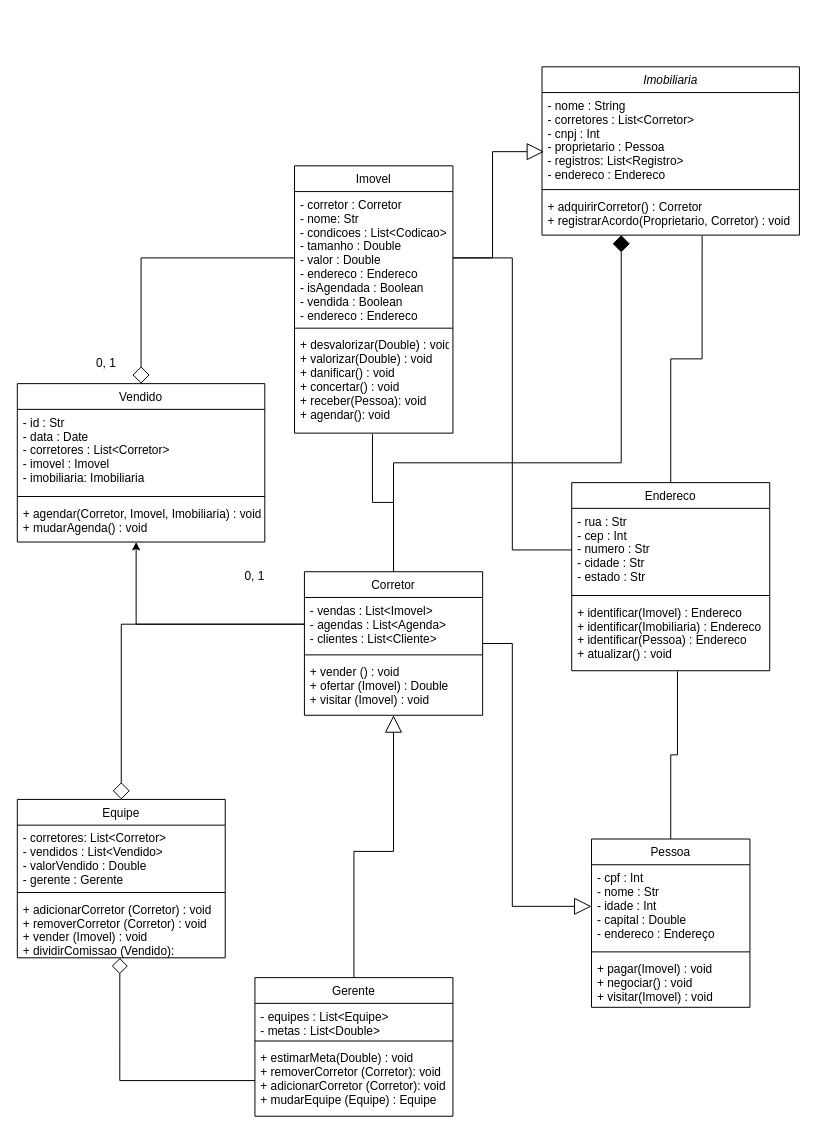
Above: Diagrama sem nome.drawio in Sant-Thiago/Estudos (draw.io), before the change. Source tidied: cells renumbered, new cells numbered last; positions are measured from the earlier drawing's top-left corner, leaving out a move shared by most shapes. Both pictures are drawn from the tidied source at 99%, with x=0, y=0 at pixel (17, 66).
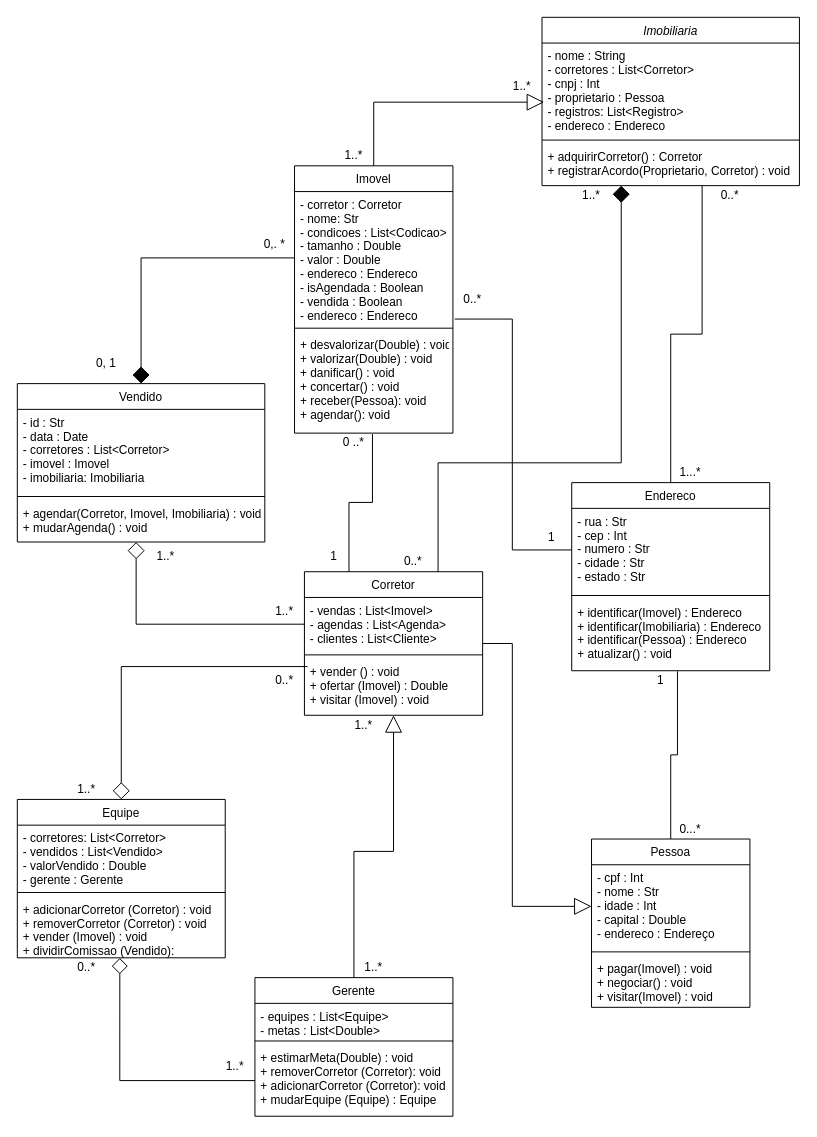
The same page after the edit.

The change refers to these unchanged cells:
```xml
<mxCell id="3" value="- nome : String&#10;- corretores : List&lt;Corretor&gt;&#10;- cnpj : Int&#10;- proprietario : Pessoa&#10;- registros: List&lt;Registro&gt;&#10;- endereco : Endereco" style="text;align=left;verticalAlign=top;spacingLeft=4;spacingRight=4;overflow=hidden;points=[[0,0.5],[1,0.5]];portConstraint=eastwest;" parent="2" vertex="1">
  <mxGeometry y="26" width="260" height="94" as="geometry" />
</mxCell>
<mxCell id="5" value="+ adquirirCorretor() : Corretor&#10;+ registrarAcordo(Proprietario, Corretor) : void&#10;" style="text;align=left;verticalAlign=top;spacingLeft=4;spacingRight=4;overflow=hidden;points=[[0,0.5],[1,0.5]];portConstraint=eastwest;" parent="2" vertex="1">
  <mxGeometry y="128" width="260" height="42" as="geometry" />
</mxCell>
<mxCell id="6" value="Imovel" style="swimlane;fontStyle=0;align=center;verticalAlign=top;horizontal=1;startSize=26;rounded=0;shadow=0;strokeWidth=1;" parent="1" vertex="1">
  <mxGeometry x="280" y="100" width="160" height="270" as="geometry" />
</mxCell>
<mxCell id="7" value="- corretor : Corretor&#10;- nome: Str&#10;- condicoes : List&lt;Codicao&gt;&#10;- tamanho : Double&#10;- valor : Double&#10;- endereco : Endereco&#10;- isAgendada : Boolean&#10;- vendida : Boolean&#10;- endereco : Endereco" style="text;align=left;verticalAlign=top;spacingLeft=4;spacingRight=4;overflow=hidden;points=[[0,0.5],[1,0.5]];portConstraint=eastwest;" parent="6" vertex="1">
  <mxGeometry y="26" width="160" height="134" as="geometry" />
</mxCell>
<mxCell id="9" value="+ desvalorizar(Double) : void&#10;+ valorizar(Double) : void&#10;+ danificar() : void&#10;+ concertar() : void&#10;+ receber(Pessoa): void&#10;+ agendar(): void" style="text;align=left;verticalAlign=top;spacingLeft=4;spacingRight=4;overflow=hidden;points=[[0,0.5],[1,0.5]];portConstraint=eastwest;" parent="6" vertex="1">
  <mxGeometry y="168" width="160" height="102" as="geometry" />
</mxCell>
<mxCell id="16" value="- rua : Str&#10;- cep : Int&#10;- numero : Str&#10;- cidade : Str&#10;- estado : Str" style="text;align=left;verticalAlign=top;spacingLeft=4;spacingRight=4;overflow=hidden;points=[[0,0.5],[1,0.5]];portConstraint=eastwest;" parent="15" vertex="1">
  <mxGeometry y="26" width="200" height="84" as="geometry" />
</mxCell>
<mxCell id="19" value="Corretor" style="swimlane;fontStyle=0;align=center;verticalAlign=top;horizontal=1;startSize=26;rounded=0;shadow=0;strokeWidth=1;" parent="1" vertex="1">
  <mxGeometry x="290" y="510" width="180" height="145" as="geometry" />
</mxCell>
<mxCell id="20" value="- vendas : List&lt;Imovel&gt;&#10;- agendas : List&lt;Agenda&gt; &#10;- clientes : List&lt;Cliente&gt;&#10;" style="text;align=left;verticalAlign=top;spacingLeft=4;spacingRight=4;overflow=hidden;points=[[0,0.5],[1,0.5]];portConstraint=eastwest;" parent="19" vertex="1">
  <mxGeometry y="26" width="180" height="54" as="geometry" />
</mxCell>
<mxCell id="22" value="+ vender () : void&#10;+ ofertar (Imovel) : Double&#10;+ visitar (Imovel) : void&#10;" style="text;align=left;verticalAlign=top;spacingLeft=4;spacingRight=4;overflow=hidden;points=[[0,0.5],[1,0.5]];portConstraint=eastwest;" parent="19" vertex="1">
  <mxGeometry y="88" width="180" height="52" as="geometry" />
</mxCell>
<mxCell id="23" value="Vendido" style="swimlane;fontStyle=0;align=center;verticalAlign=top;horizontal=1;startSize=26;rounded=0;shadow=0;strokeWidth=1;" parent="1" vertex="1">
  <mxGeometry y="320" width="250" height="160" as="geometry" />
</mxCell>
<mxCell id="26" value="+ agendar(Corretor, Imovel, Imobiliaria) : void&#10;+ mudarAgenda() : void" style="text;align=left;verticalAlign=top;spacingLeft=4;spacingRight=4;overflow=hidden;points=[[0,0.5],[1,0.5]];portConstraint=eastwest;" parent="23" vertex="1">
  <mxGeometry y="118" width="250" height="42" as="geometry" />
</mxCell>
<mxCell id="33" value="Equipe" style="swimlane;fontStyle=0;align=center;verticalAlign=top;horizontal=1;startSize=26;rounded=0;shadow=0;strokeWidth=1;" parent="1" vertex="1">
  <mxGeometry y="740" width="210" height="160" as="geometry" />
</mxCell>
```

What changed in the source:
```diff
@@
     <mxCell id="2" value="Imobiliaria" style="swimlane;fontStyle=2;align=center;verticalAlign=top;horizontal=1;startSize=26;rounded=0;shadow=0;strokeWidth=1;" parent="1" vertex="1">
-      <mxGeometry x="530" width="260" height="170" as="geometry" />
+      <mxGeometry x="530" y="-50" width="260" height="170" as="geometry" />
     </mxCell>
@@
-    <mxCell id="38" style="edgeStyle=orthogonalEdgeStyle;rounded=0;jettySize=auto;html=1;endArrow=diamond;endFill=0;endSize=15;" parent="1" edge="1" source="20" target="33">
+    <mxCell id="38" style="edgeStyle=orthogonalEdgeStyle;rounded=0;jettySize=auto;html=1;endArrow=diamond;endFill=0;endSize=15;exitX=0.017;exitY=0.15;exitDx=0;exitDy=0;exitPerimeter=0;" parent="1" edge="1" source="22" target="33">
       <mxGeometry relative="1" as="geometry" />
     </mxCell>
-    <mxCell id="39" style="edgeStyle=orthogonalEdgeStyle;rounded=0;jettySize=auto;html=1;endArrow=diamond;endFill=1;endSize=15;" parent="1" edge="1" target="5">
+    <mxCell id="39" style="edgeStyle=orthogonalEdgeStyle;rounded=0;jettySize=auto;html=1;endArrow=diamond;endFill=1;endSize=15;exitX=0.75;exitY=0;exitDx=0;exitDy=0;" parent="1" edge="1" source="19" target="5">
       <mxGeometry relative="1" as="geometry">
-        <mxPoint x="380" y="510" as="sourcePoint" />
         <Array as="points">
-          <mxPoint x="380" y="400" />
+          <mxPoint x="425" y="400" />
           <mxPoint x="610" y="400" />
         </Array>
       </mxGeometry>
     </mxCell>
-    <mxCell id="40" style="edgeStyle=orthogonalEdgeStyle;rounded=0;jettySize=auto;html=1;entryX=0.492;entryY=1.01;entryDx=0;entryDy=0;entryPerimeter=0;endArrow=none;endFill=0;" parent="1" edge="1" source="19" target="9">
+    <mxCell id="40" style="edgeStyle=orthogonalEdgeStyle;rounded=0;jettySize=auto;html=1;entryX=0.492;entryY=1.01;entryDx=0;entryDy=0;entryPerimeter=0;endArrow=none;endFill=0;exitX=0.25;exitY=0;exitDx=0;exitDy=0;" parent="1" edge="1" source="19" target="9">
       <mxGeometry relative="1" as="geometry" />
     </mxCell>
@@
-    <mxCell id="42" style="edgeStyle=orthogonalEdgeStyle;rounded=0;jettySize=auto;html=1;entryX=0.008;entryY=0.635;entryDx=0;entryDy=0;entryPerimeter=0;endArrow=block;endFill=0;endSize=15;" parent="1" edge="1" source="7" target="3">
+    <mxCell id="42" style="edgeStyle=orthogonalEdgeStyle;rounded=0;jettySize=auto;html=1;entryX=0.008;entryY=0.635;entryDx=0;entryDy=0;entryPerimeter=0;endArrow=block;endFill=0;endSize=15;exitX=0.5;exitY=0;exitDx=0;exitDy=0;" parent="1" edge="1" source="6" target="3">
       <mxGeometry relative="1" as="geometry" />
     </mxCell>
-    <mxCell id="43" style="edgeStyle=orthogonalEdgeStyle;rounded=0;jettySize=auto;html=1;endArrow=none;endFill=0;" parent="1" edge="1" source="7" target="16">
+    <mxCell id="43" style="edgeStyle=orthogonalEdgeStyle;rounded=0;jettySize=auto;html=1;endArrow=none;endFill=0;exitX=1.011;exitY=0.961;exitDx=0;exitDy=0;exitPerimeter=0;" parent="1" edge="1" source="7" target="16">
       <mxGeometry relative="1" as="geometry" />
     </mxCell>
-    <mxCell id="44" style="edgeStyle=orthogonalEdgeStyle;rounded=0;jettySize=auto;html=1;entryX=0.5;entryY=0;entryDx=0;entryDy=0;endArrow=diamond;endFill=0;endSize=15;" parent="1" edge="1" source="7" target="23">
+    <mxCell id="44" style="edgeStyle=orthogonalEdgeStyle;rounded=0;jettySize=auto;html=1;entryX=0.5;entryY=0;entryDx=0;entryDy=0;endArrow=diamond;endFill=1;endSize=15;" parent="1" edge="1" source="7" target="23">
       <mxGeometry relative="1" as="geometry" />
     </mxCell>
@@
-    <mxCell id="46" value="0, 1" style="text;html=1;align=center;verticalAlign=middle;whiteSpace=wrap;rounded=0;" parent="1" vertex="1">
-      <mxGeometry x="220" y="505" width="40" height="20" as="geometry" />
+    <mxCell id="46" value="1..*" style="text;html=1;align=center;verticalAlign=middle;whiteSpace=wrap;rounded=0;" parent="1" vertex="1">
+      <mxGeometry x="130" y="485" width="40" height="20" as="geometry" />
     </mxCell>
-    <mxCell id="47" style="edgeStyle=orthogonalEdgeStyle;rounded=0;jettySize=auto;html=1;entryX=0.48;entryY=1;entryDx=0;entryDy=0;entryPerimeter=0;" parent="1" edge="1" source="20" target="26">
+    <mxCell id="47" style="edgeStyle=orthogonalEdgeStyle;rounded=0;jettySize=auto;html=1;entryX=0.48;entryY=1;entryDx=0;entryDy=0;entryPerimeter=0;endArrow=diamond;endFill=0;endSize=15;" parent="1" edge="1" source="20" target="26">
       <mxGeometry relative="1" as="geometry" />
     </mxCell>
+    <mxCell id="48" value="0 ..*" style="text;html=1;align=center;verticalAlign=middle;whiteSpace=wrap;rounded=0;" parent="1" vertex="1">
+      <mxGeometry x="320" y="370" width="40" height="20" as="geometry" />
+    </mxCell>
+    <mxCell id="49" value="1" style="text;html=1;align=center;verticalAlign=middle;whiteSpace=wrap;rounded=0;" parent="1" vertex="1">
+      <mxGeometry x="300" y="485" width="40" height="20" as="geometry" />
+    </mxCell>
+    <mxCell id="50" value="0,. *" style="text;html=1;align=center;verticalAlign=middle;whiteSpace=wrap;rounded=0;" parent="1" vertex="1">
+      <mxGeometry x="240" y="170" width="40" height="20" as="geometry" />
+    </mxCell>
+    <mxCell id="51" value="1..*" style="text;html=1;align=center;verticalAlign=middle;whiteSpace=wrap;rounded=0;" parent="1" vertex="1">
+      <mxGeometry x="250" y="540" width="40" height="20" as="geometry" />
+    </mxCell>
+    <mxCell id="52" value="1..*" style="text;html=1;align=center;verticalAlign=middle;whiteSpace=wrap;rounded=0;" parent="1" vertex="1">
+      <mxGeometry x="330" y="655" width="40" height="20" as="geometry" />
+    </mxCell>
+    <mxCell id="53" value="1..*" style="text;html=1;align=center;verticalAlign=middle;whiteSpace=wrap;rounded=0;" parent="1" vertex="1">
+      <mxGeometry x="50" y="720" width="40" height="20" as="geometry" />
+    </mxCell>
+    <mxCell id="54" value="1..*" style="text;html=1;align=center;verticalAlign=middle;whiteSpace=wrap;rounded=0;" parent="1" vertex="1">
+      <mxGeometry x="340" y="900" width="40" height="20" as="geometry" />
+    </mxCell>
+    <mxCell id="55" value="0..*" style="text;html=1;align=center;verticalAlign=middle;whiteSpace=wrap;rounded=0;" parent="1" vertex="1">
+      <mxGeometry x="250" y="610" width="40" height="20" as="geometry" />
+    </mxCell>
+    <mxCell id="56" value="0..*" style="text;html=1;align=center;verticalAlign=middle;whiteSpace=wrap;rounded=0;" parent="1" vertex="1">
+      <mxGeometry x="50" y="900" width="40" height="20" as="geometry" />
+    </mxCell>
+    <mxCell id="57" value="1..*" style="text;html=1;align=center;verticalAlign=middle;whiteSpace=wrap;rounded=0;" parent="1" vertex="1">
+      <mxGeometry x="200" y="1000" width="40" height="20" as="geometry" />
+    </mxCell>
+    <mxCell id="58" value="1" style="text;html=1;align=center;verticalAlign=middle;whiteSpace=wrap;rounded=0;" parent="1" vertex="1">
+      <mxGeometry x="630" y="610" width="40" height="20" as="geometry" />
+    </mxCell>
+    <mxCell id="59" value="0...*" style="text;html=1;align=center;verticalAlign=middle;whiteSpace=wrap;rounded=0;" parent="1" vertex="1">
+      <mxGeometry x="660" y="760" width="40" height="20" as="geometry" />
+    </mxCell>
+    <mxCell id="60" value="1" style="text;html=1;align=center;verticalAlign=middle;whiteSpace=wrap;rounded=0;" parent="1" vertex="1">
+      <mxGeometry x="520" y="465" width="40" height="20" as="geometry" />
+    </mxCell>
+    <mxCell id="61" value="0..*" style="text;html=1;align=center;verticalAlign=middle;whiteSpace=wrap;rounded=0;" parent="1" vertex="1">
+      <mxGeometry x="440" y="225" width="40" height="20" as="geometry" />
+    </mxCell>
+    <mxCell id="62" value="0..*" style="text;html=1;align=center;verticalAlign=middle;whiteSpace=wrap;rounded=0;" parent="1" vertex="1">
+      <mxGeometry x="380" y="490" width="40" height="20" as="geometry" />
+    </mxCell>
+    <mxCell id="63" value="1..*" style="text;html=1;align=center;verticalAlign=middle;whiteSpace=wrap;rounded=0;" parent="1" vertex="1">
+      <mxGeometry x="560" y="120" width="40" height="20" as="geometry" />
+    </mxCell>
+    <mxCell id="64" value="1...*" style="text;html=1;align=center;verticalAlign=middle;whiteSpace=wrap;rounded=0;" parent="1" vertex="1">
+      <mxGeometry x="660" y="400" width="40" height="20" as="geometry" />
+    </mxCell>
+    <mxCell id="65" value="0..*" style="text;html=1;align=center;verticalAlign=middle;whiteSpace=wrap;rounded=0;" parent="1" vertex="1">
+      <mxGeometry x="700" y="120" width="40" height="20" as="geometry" />
+    </mxCell>
+    <mxCell id="66" value="1..*" style="text;html=1;align=center;verticalAlign=middle;whiteSpace=wrap;rounded=0;" parent="1" vertex="1">
+      <mxGeometry x="490" y="10" width="40" height="20" as="geometry" />
+    </mxCell>
+    <mxCell id="67" value="1..*" style="text;html=1;align=center;verticalAlign=middle;whiteSpace=wrap;rounded=0;" parent="1" vertex="1">
+      <mxGeometry x="320" y="80" width="40" height="20" as="geometry" />
+    </mxCell>
```
